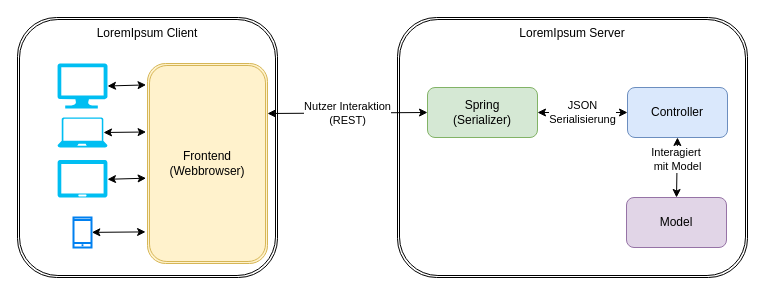
Above: documentation/Architektur.drawio in Edelmetall/LoremIpsum (draw.io), before the change. Source tidied: cells renumbered, new cells numbered last; positions are measured from the earlier drawing's top-left corner, leaving out a move shared by most shapes. Both pictures are drawn from the tidied source at 100%, with x=0, y=0 at pixel (17, 17).
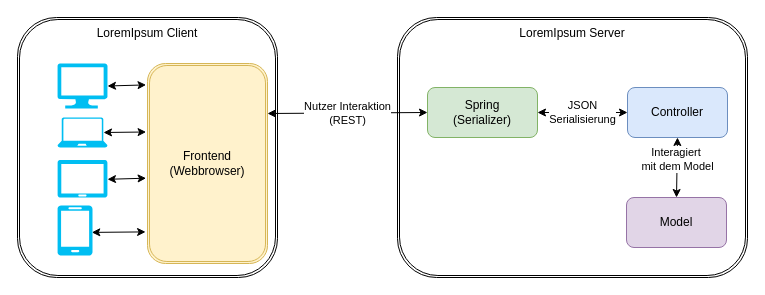
The same page after the edit.

The change refers to these unchanged cells:
```xml
<mxCell id="4" value="Frontend&lt;br&gt;(Webbrowser)" style="shape=ext;double=1;rounded=1;whiteSpace=wrap;html=1;fillColor=#fff2cc;strokeColor=#d6b656;" parent="1" vertex="1">
  <mxGeometry x="130" y="46" width="120" height="200" as="geometry" />
</mxCell>
<mxCell id="9" style="endArrow=classic;startArrow=classic;html=1;rounded=0;entryX=0.5;entryY=1;entryDx=0;entryDy=0;exitX=0.5;exitY=0;exitDx=0;exitDy=0;" parent="1" edge="1" source="7" target="6">
  <mxGeometry relative="1" as="geometry" />
</mxCell>
```

The edit, as a diff of the source:
```diff
@@
-    <mxCell id="10" value="Interagiert&amp;nbsp;&lt;br&gt;mit Model" style="edgeLabel;html=1;align=center;verticalAlign=middle;" parent="9" vertex="1">
+    <mxCell id="10" value="Interagiert&amp;nbsp;&lt;br&gt;mit dem Model" style="edgeLabel;html=1;align=center;verticalAlign=middle;" parent="9" vertex="1">
       <mxGeometry x="0.3" relative="1" as="geometry" />
     </mxCell>
@@
-    <mxCell id="15" style="html=1;verticalLabelPosition=bottom;align=center;labelBackgroundColor=#ffffff;verticalAlign=top;strokeWidth=2;strokeColor=#0080F0;shadow=0;dashed=0;shape=mxgraph.ios7.icons.smartphone;" parent="1" vertex="1">
-      <mxGeometry x="56" y="200" width="18" height="30" as="geometry" />
-    </mxCell>
@@
-    <mxCell id="19" style="endArrow=classic;startArrow=classic;html=1;rounded=0;exitX=1.019;exitY=0.496;exitDx=0;exitDy=0;exitPerimeter=0;entryX=-0.016;entryY=0.842;entryDx=0;entryDy=0;entryPerimeter=0;fontStyle=1;" parent="1" edge="1" source="15" target="4">
-      <mxGeometry relative="1" as="geometry" />
+    <mxCell id="19" style="endArrow=classic;startArrow=classic;html=1;rounded=0;exitX=1.019;exitY=0.496;exitDx=0;exitDy=0;exitPerimeter=0;entryX=-0.016;entryY=0.842;entryDx=0;entryDy=0;entryPerimeter=0;fontStyle=1;" parent="1" edge="1" target="4">
+      <mxGeometry relative="1" as="geometry">
+        <mxPoint x="74.3" y="214.9" as="sourcePoint" />
+      </mxGeometry>
     </mxCell>
+    <mxCell id="20" style="verticalLabelPosition=bottom;html=1;verticalAlign=top;align=center;strokeColor=none;fillColor=#00BEF2;shape=mxgraph.azure.mobile;" parent="1" vertex="1">
+      <mxGeometry x="40" y="188" width="35" height="50" as="geometry" />
+    </mxCell>
```
